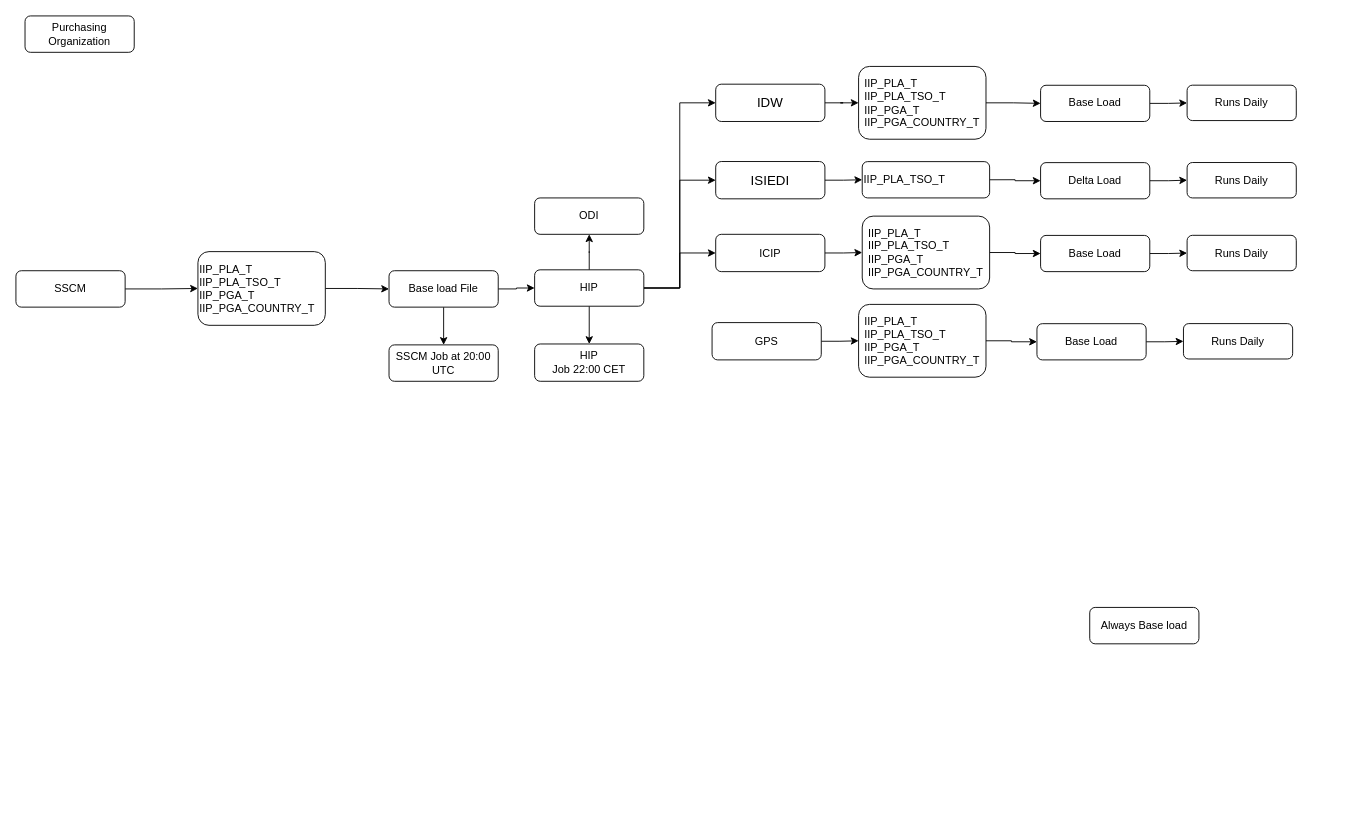
Before: page "Purchasing Organization" (3 of 5) of quality inspection flow.drawio in nselangovan/powerofdata, a draw.io diagram. Source tidied: cells renumbered, new cells numbered last; positions are measured from the earlier drawing's top-left corner, leaving out a move shared by most shapes. Both pictures are drawn from the tidied source at 91%, with x=0, y=0 at pixel (15, 15).
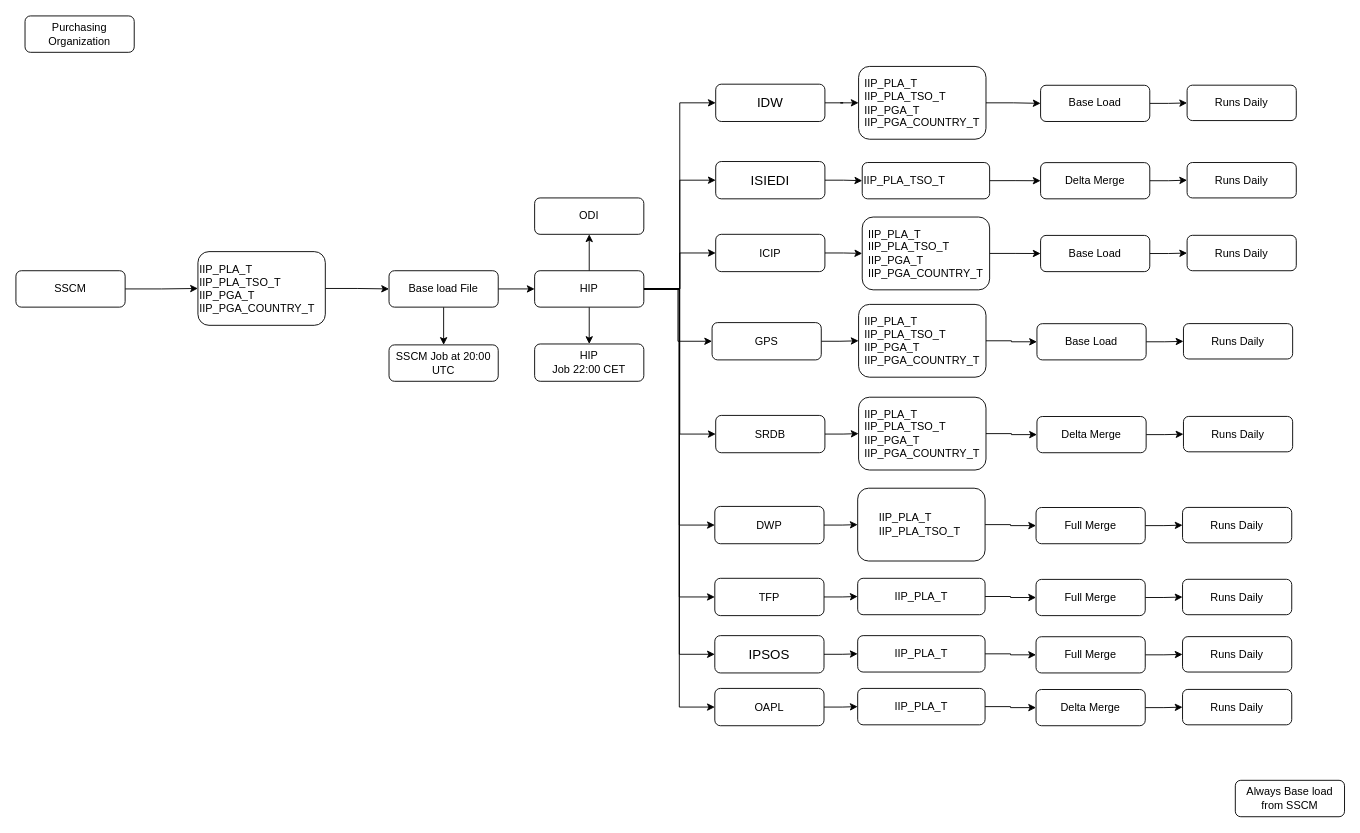
The same diagram, later.

The change refers to these unchanged cells:
```xml
<mxCell id="42" value="&lt;span&gt;GPS&lt;/span&gt;" style="whiteSpace=wrap;html=1;rounded=1;" parent="1" vertex="1">
  <mxGeometry x="765" y="337" width="120" height="41" as="geometry" />
</mxCell>
```

Diff of the diagram source:
```diff
@@
+    <mxCell id="48" style="edgeStyle=orthogonalEdgeStyle;rounded=0;jettySize=auto;html=1;entryX=0;entryY=0.5;entryDx=0;entryDy=0;" parent="1" edge="1" source="15" target="55">
+      <mxGeometry relative="1" as="geometry" />
+    </mxCell>
+    <mxCell id="49" style="edgeStyle=orthogonalEdgeStyle;rounded=0;jettySize=auto;html=1;entryX=0;entryY=0.5;entryDx=0;entryDy=0;" parent="1" edge="1" source="15" target="62">
+      <mxGeometry relative="1" as="geometry" />
+    </mxCell>
+    <mxCell id="50" style="edgeStyle=orthogonalEdgeStyle;rounded=0;jettySize=auto;html=1;entryX=0;entryY=0.5;entryDx=0;entryDy=0;" parent="1" edge="1" source="15" target="69">
+      <mxGeometry relative="1" as="geometry" />
+    </mxCell>
+    <mxCell id="51" style="edgeStyle=orthogonalEdgeStyle;rounded=0;jettySize=auto;html=1;entryX=0;entryY=0.5;entryDx=0;entryDy=0;" parent="1" edge="1" source="15" target="76">
+      <mxGeometry relative="1" as="geometry" />
+    </mxCell>
+    <mxCell id="52" style="edgeStyle=orthogonalEdgeStyle;rounded=0;jettySize=auto;html=1;entryX=0;entryY=0.5;entryDx=0;entryDy=0;" parent="1" edge="1" source="15" target="83">
+      <mxGeometry relative="1" as="geometry" />
+    </mxCell>
+    <mxCell id="53" style="edgeStyle=orthogonalEdgeStyle;rounded=0;jettySize=auto;html=1;entryX=0;entryY=0.5;entryDx=0;entryDy=0;" parent="1" edge="1" source="15" target="42">
+      <mxGeometry relative="1" as="geometry" />
+    </mxCell>
     <mxCell id="15" value="HIP" style="whiteSpace=wrap;html=1;rounded=1;" parent="1" vertex="1">
-      <mxGeometry x="570" y="279" width="120" height="40" as="geometry" />
+      <mxGeometry x="570" y="280" width="120" height="40" as="geometry" />
     </mxCell>
@@
-    <mxCell id="24" value="Always Base load" style="rounded=1;whiteSpace=wrap;html=1;" parent="1" vertex="1">
-      <mxGeometry x="1180" y="650" width="120" height="40" as="geometry" />
+    <mxCell id="24" value="Always Base load from SSCM" style="rounded=1;whiteSpace=wrap;html=1;" parent="1" vertex="1">
+      <mxGeometry x="1340" y="840" width="120" height="40" as="geometry" />
     </mxCell>
@@
-    <mxCell id="29" value="Delta Load" style="whiteSpace=wrap;html=1;rounded=1;" parent="1" vertex="1">
+    <mxCell id="29" value="Delta Merge" style="whiteSpace=wrap;html=1;rounded=1;" parent="1" vertex="1">
       <mxGeometry x="1126" y="161.2" width="120" height="39.8" as="geometry" />
     </mxCell>
@@
     <mxCell id="32" value="&lt;div style=&quot;&quot;&gt;&lt;span style=&quot;background-color: initial;&quot;&gt;IIP_PLA_TSO_T&amp;nbsp;&lt;/span&gt;&lt;/div&gt;" style="whiteSpace=wrap;html=1;rounded=1;align=left;" parent="1" vertex="1">
-      <mxGeometry x="930" y="160.1" width="140" height="39.9" as="geometry" />
+      <mxGeometry x="930" y="161.1" width="140" height="39.9" as="geometry" />
     </mxCell>
@@
     <mxCell id="36" value="&lt;div style=&quot;text-align: left;&quot;&gt;IIP_PLA_T&lt;/div&gt;&lt;div style=&quot;text-align: left;&quot;&gt;IIP_PLA_TSO_T&amp;nbsp;&lt;/div&gt;&lt;div style=&quot;text-align: left;&quot;&gt;IIP_PGA_T&lt;/div&gt;&lt;div style=&quot;text-align: left;&quot;&gt;IIP_PGA_COUNTRY_T&lt;/div&gt;" style="whiteSpace=wrap;html=1;rounded=1;" parent="1" vertex="1">
-      <mxGeometry x="930" y="220" width="140" height="80" as="geometry" />
+      <mxGeometry x="930" y="221" width="140" height="80" as="geometry" />
     </mxCell>
@@
+    <mxCell id="54" style="edgeStyle=orthogonalEdgeStyle;rounded=0;jettySize=auto;html=1;" parent="1" edge="1" source="55" target="57">
+      <mxGeometry relative="1" as="geometry" />
+    </mxCell>
+    <mxCell id="55" value="&lt;span&gt;SRDB&lt;/span&gt;" style="whiteSpace=wrap;html=1;rounded=1;" parent="1" vertex="1">
+      <mxGeometry x="769" y="439" width="120" height="41" as="geometry" />
+    </mxCell>
+    <mxCell id="56" style="edgeStyle=orthogonalEdgeStyle;rounded=0;jettySize=auto;html=1;" parent="1" edge="1" source="57" target="59">
+      <mxGeometry relative="1" as="geometry" />
+    </mxCell>
+    <mxCell id="57" value="&lt;div style=&quot;text-align: left;&quot;&gt;IIP_PLA_T&lt;/div&gt;&lt;div style=&quot;text-align: left;&quot;&gt;IIP_PLA_TSO_T&amp;nbsp;&lt;/div&gt;&lt;div style=&quot;text-align: left;&quot;&gt;IIP_PGA_T&lt;/div&gt;&lt;div style=&quot;text-align: left;&quot;&gt;IIP_PGA_COUNTRY_T&lt;/div&gt;" style="whiteSpace=wrap;html=1;rounded=1;" parent="1" vertex="1">
+      <mxGeometry x="926" y="419" width="140" height="80" as="geometry" />
+    </mxCell>
+    <mxCell id="58" style="edgeStyle=orthogonalEdgeStyle;rounded=0;jettySize=auto;html=1;" parent="1" edge="1" source="59" target="60">
+      <mxGeometry relative="1" as="geometry" />
+    </mxCell>
+    <mxCell id="59" value="Delta Merge" style="whiteSpace=wrap;html=1;rounded=1;" parent="1" vertex="1">
+      <mxGeometry x="1122" y="440.2" width="120" height="39.8" as="geometry" />
+    </mxCell>
+    <mxCell id="60" value="Runs Daily" style="whiteSpace=wrap;html=1;rounded=1;" parent="1" vertex="1">
+      <mxGeometry x="1283" y="440.1" width="120" height="38.9" as="geometry" />
+    </mxCell>
+    <mxCell id="61" style="edgeStyle=orthogonalEdgeStyle;rounded=0;jettySize=auto;html=1;" parent="1" edge="1" source="62" target="64">
+      <mxGeometry relative="1" as="geometry" />
+    </mxCell>
+    <mxCell id="62" value="&lt;span&gt;DWP&lt;/span&gt;" style="whiteSpace=wrap;html=1;rounded=1;" parent="1" vertex="1">
+      <mxGeometry x="768" y="539" width="120" height="41" as="geometry" />
+    </mxCell>
+    <mxCell id="63" style="edgeStyle=orthogonalEdgeStyle;rounded=0;jettySize=auto;html=1;" parent="1" edge="1" source="64" target="66">
+      <mxGeometry relative="1" as="geometry" />
+    </mxCell>
+    <mxCell id="64" value="&lt;div style=&quot;text-align: left;&quot;&gt;IIP_PLA_T&lt;/div&gt;&lt;div style=&quot;text-align: left;&quot;&gt;IIP_PLA_TSO_T&amp;nbsp;&lt;/div&gt;" style="whiteSpace=wrap;html=1;rounded=1;" parent="1" vertex="1">
+      <mxGeometry x="925" y="519" width="140" height="80" as="geometry" />
+    </mxCell>
+    <mxCell id="65" style="edgeStyle=orthogonalEdgeStyle;rounded=0;jettySize=auto;html=1;" parent="1" edge="1" source="66" target="67">
+      <mxGeometry relative="1" as="geometry" />
+    </mxCell>
+    <mxCell id="66" value="Full Merge" style="whiteSpace=wrap;html=1;rounded=1;" parent="1" vertex="1">
+      <mxGeometry x="1121" y="540.2" width="120" height="39.8" as="geometry" />
+    </mxCell>
+    <mxCell id="67" value="Runs Daily" style="whiteSpace=wrap;html=1;rounded=1;" parent="1" vertex="1">
+      <mxGeometry x="1282" y="540.1" width="120" height="38.9" as="geometry" />
+    </mxCell>
+    <mxCell id="68" style="edgeStyle=orthogonalEdgeStyle;rounded=0;jettySize=auto;html=1;" parent="1" edge="1" source="69" target="71">
+      <mxGeometry relative="1" as="geometry" />
+    </mxCell>
+    <mxCell id="69" value="&lt;span&gt;TFP&lt;/span&gt;" style="whiteSpace=wrap;html=1;rounded=1;" parent="1" vertex="1">
+      <mxGeometry x="768" y="618" width="120" height="41" as="geometry" />
+    </mxCell>
+    <mxCell id="70" style="edgeStyle=orthogonalEdgeStyle;rounded=0;jettySize=auto;html=1;" parent="1" edge="1" source="71" target="73">
+      <mxGeometry relative="1" as="geometry" />
+    </mxCell>
+    <mxCell id="71" value="&lt;div style=&quot;text-align: left;&quot;&gt;IIP_PLA_T&lt;br&gt;&lt;/div&gt;" style="whiteSpace=wrap;html=1;rounded=1;" parent="1" vertex="1">
+      <mxGeometry x="925" y="618" width="140" height="40" as="geometry" />
+    </mxCell>
+    <mxCell id="72" style="edgeStyle=orthogonalEdgeStyle;rounded=0;jettySize=auto;html=1;" parent="1" edge="1" source="73" target="74">
+      <mxGeometry relative="1" as="geometry" />
+    </mxCell>
+    <mxCell id="73" value="Full Merge" style="whiteSpace=wrap;html=1;rounded=1;" parent="1" vertex="1">
+      <mxGeometry x="1121" y="619.2" width="120" height="39.8" as="geometry" />
+    </mxCell>
+    <mxCell id="74" value="Runs Daily" style="whiteSpace=wrap;html=1;rounded=1;" parent="1" vertex="1">
+      <mxGeometry x="1282" y="619.1" width="120" height="38.9" as="geometry" />
+    </mxCell>
+    <mxCell id="75" style="edgeStyle=orthogonalEdgeStyle;rounded=0;jettySize=auto;html=1;" parent="1" edge="1" source="76" target="78">
+      <mxGeometry relative="1" as="geometry" />
+    </mxCell>
+    <mxCell id="76" value="&lt;span style=&quot;font-size:11.0pt;font-family:&amp;quot;Calibri&amp;quot;,sans-serif;&lt;br/&gt;mso-fareast-font-family:Calibri;mso-fareast-theme-font:minor-latin;mso-ansi-language:&lt;br/&gt;EN-US;mso-fareast-language:EN-US;mso-bidi-language:AR-SA&quot;&gt;IPSOS&lt;/span&gt;" style="whiteSpace=wrap;html=1;rounded=1;" parent="1" vertex="1">
+      <mxGeometry x="768" y="681" width="120" height="41" as="geometry" />
+    </mxCell>
+    <mxCell id="77" style="edgeStyle=orthogonalEdgeStyle;rounded=0;jettySize=auto;html=1;" parent="1" edge="1" source="78" target="80">
+      <mxGeometry relative="1" as="geometry" />
+    </mxCell>
+    <mxCell id="78" value="&lt;div style=&quot;text-align: left;&quot;&gt;IIP_PLA_T&lt;br&gt;&lt;/div&gt;" style="whiteSpace=wrap;html=1;rounded=1;" parent="1" vertex="1">
+      <mxGeometry x="925" y="681" width="140" height="40" as="geometry" />
+    </mxCell>
+    <mxCell id="79" style="edgeStyle=orthogonalEdgeStyle;rounded=0;jettySize=auto;html=1;" parent="1" edge="1" source="80" target="81">
+      <mxGeometry relative="1" as="geometry" />
+    </mxCell>
+    <mxCell id="80" value="Full Merge" style="whiteSpace=wrap;html=1;rounded=1;" parent="1" vertex="1">
+      <mxGeometry x="1121" y="682.2" width="120" height="39.8" as="geometry" />
+    </mxCell>
+    <mxCell id="81" value="Runs Daily" style="whiteSpace=wrap;html=1;rounded=1;" parent="1" vertex="1">
+      <mxGeometry x="1282" y="682.1" width="120" height="38.9" as="geometry" />
+    </mxCell>
+    <mxCell id="82" style="edgeStyle=orthogonalEdgeStyle;rounded=0;jettySize=auto;html=1;" parent="1" edge="1" source="83" target="85">
+      <mxGeometry relative="1" as="geometry" />
+    </mxCell>
+    <mxCell id="83" value="&lt;span&gt;OAPL&lt;/span&gt;" style="whiteSpace=wrap;html=1;rounded=1;" parent="1" vertex="1">
+      <mxGeometry x="768" y="739" width="120" height="41" as="geometry" />
+    </mxCell>
+    <mxCell id="84" style="edgeStyle=orthogonalEdgeStyle;rounded=0;jettySize=auto;html=1;" parent="1" edge="1" source="85" target="87">
+      <mxGeometry relative="1" as="geometry" />
+    </mxCell>
+    <mxCell id="85" value="&lt;div style=&quot;text-align: left;&quot;&gt;IIP_PLA_T&lt;br&gt;&lt;/div&gt;" style="whiteSpace=wrap;html=1;rounded=1;" parent="1" vertex="1">
+      <mxGeometry x="925" y="739" width="140" height="40" as="geometry" />
+    </mxCell>
+    <mxCell id="86" style="edgeStyle=orthogonalEdgeStyle;rounded=0;jettySize=auto;html=1;" parent="1" edge="1" source="87" target="88">
+      <mxGeometry relative="1" as="geometry" />
+    </mxCell>
+    <mxCell id="87" value="Delta Merge" style="whiteSpace=wrap;html=1;rounded=1;" parent="1" vertex="1">
+      <mxGeometry x="1121" y="740.2" width="120" height="39.8" as="geometry" />
+    </mxCell>
+    <mxCell id="88" value="Runs Daily" style="whiteSpace=wrap;html=1;rounded=1;" parent="1" vertex="1">
+      <mxGeometry x="1282" y="740.1" width="120" height="38.9" as="geometry" />
+    </mxCell>
```
